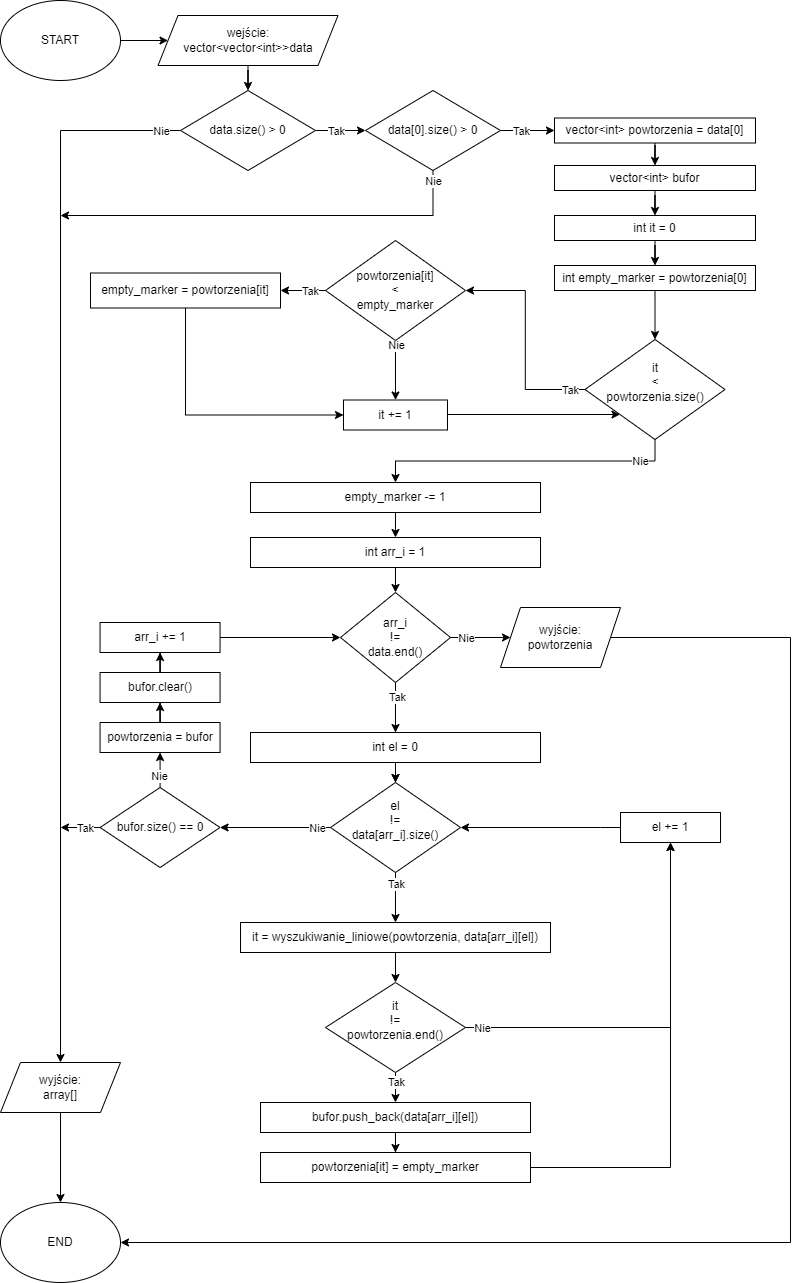
ReijiY/AiSD-Pro1 keeps this draw.io diagram as flowcharts/schemat 1.png. Above is the earlier version. Source tidied: cells renumbered, new cells last; positions are measured from the earlier drawing's top-left corner, leaving out a move shared by most shapes.
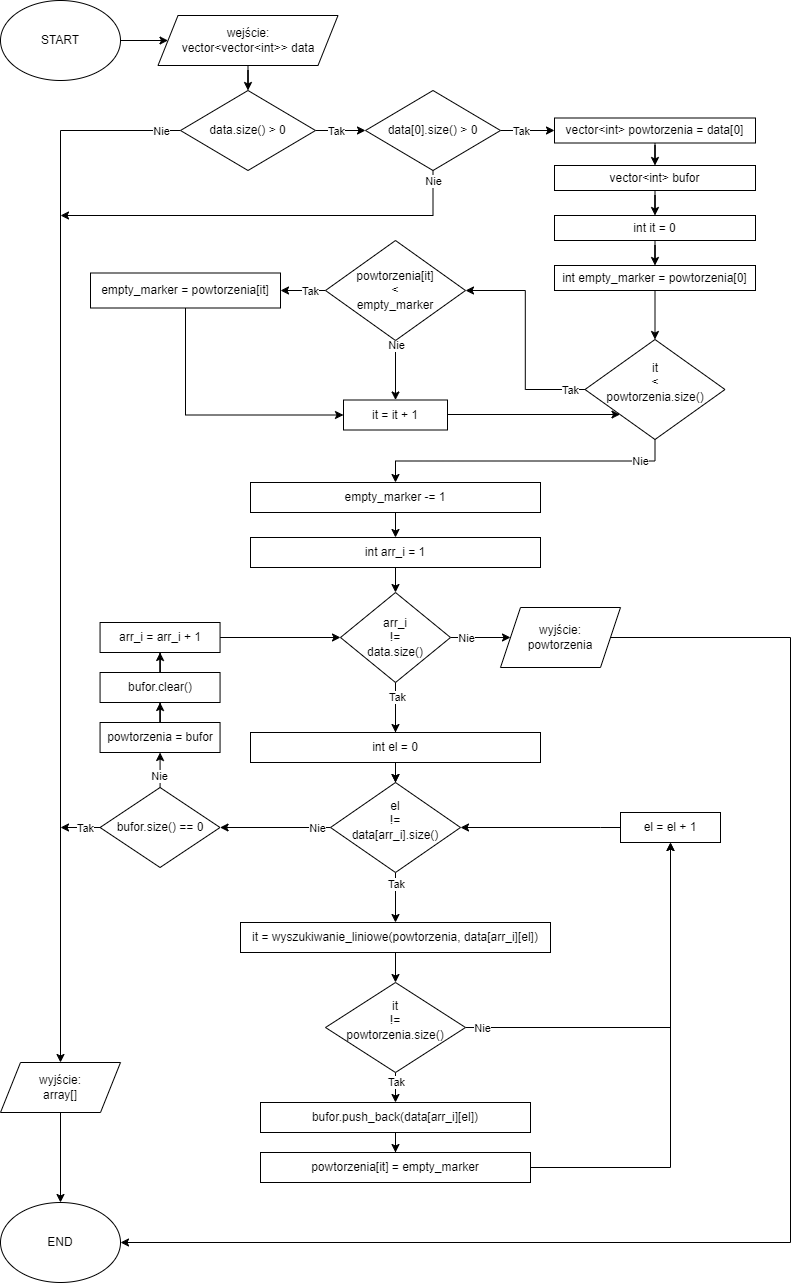
The same file after the commit.

The edit, as a diff of the source:
```diff
@@ -14,7 +14,7 @@
     <mxCell id="5" style="edgeStyle=orthogonalEdgeStyle;rounded=0;jettySize=auto;html=1;entryX=0.5;entryY=0;entryDx=0;entryDy=0;" parent="1" edge="1" source="6" target="74">
       <mxGeometry relative="1" as="geometry" />
     </mxCell>
-    <mxCell id="6" value="wejście:&lt;br&gt;vector&amp;lt;vector&amp;lt;int&amp;gt;&amp;gt;data" style="shape=parallelogram;perimeter=parallelogramPerimeter;whiteSpace=wrap;html=1;fixedSize=1;" parent="1" vertex="1">
+    <mxCell id="6" value="wejście:&lt;br&gt;vector&amp;lt;vector&amp;lt;int&amp;gt;&amp;gt; data" style="shape=parallelogram;perimeter=parallelogramPerimeter;whiteSpace=wrap;html=1;fixedSize=1;" parent="1" vertex="1">
       <mxGeometry x="157.5" y="15" width="180" height="50" as="geometry" />
     </mxCell>
     <mxCell id="7" style="edgeStyle=orthogonalEdgeStyle;rounded=0;jettySize=auto;html=1;entryX=0.5;entryY=0;entryDx=0;entryDy=0;exitX=0;exitY=0.5;exitDx=0;exitDy=0;" parent="1" edge="1" source="74" target="12">
@@ -96,13 +96,13 @@
         <mxPoint x="9" as="offset" />
       </mxGeometry>
     </mxCell>
-    <mxCell id="27" value="arr_i&lt;br&gt;!=&lt;br&gt;data.end()" style="rhombus;whiteSpace=wrap;html=1;" parent="1" vertex="1">
+    <mxCell id="27" value="arr_i&lt;br&gt;!=&lt;br&gt;data.size()" style="rhombus;whiteSpace=wrap;html=1;" parent="1" vertex="1">
       <mxGeometry x="340" y="592" width="110" height="90" as="geometry" />
     </mxCell>
     <mxCell id="28" style="edgeStyle=orthogonalEdgeStyle;rounded=0;jettySize=auto;html=1;entryX=0;entryY=0.5;entryDx=0;entryDy=0;" parent="1" edge="1" source="29" target="27">
       <mxGeometry relative="1" as="geometry" />
     </mxCell>
-    <mxCell id="29" value="arr_i += 1" style="rounded=0;whiteSpace=wrap;html=1;" parent="1" vertex="1">
+    <mxCell id="29" value="arr_i = arr_i + 1" style="rounded=0;whiteSpace=wrap;html=1;" parent="1" vertex="1">
       <mxGeometry x="99.6" y="622" width="120" height="30" as="geometry" />
     </mxCell>
     <mxCell id="30" style="edgeStyle=orthogonalEdgeStyle;rounded=0;jettySize=auto;html=1;" parent="1" edge="1" source="31" target="36">
@@ -138,7 +138,7 @@
         </Array>
       </mxGeometry>
     </mxCell>
-    <mxCell id="38" value="el += 1" style="rounded=0;whiteSpace=wrap;html=1;" parent="1" vertex="1">
+    <mxCell id="38" value="el = el + 1" style="rounded=0;whiteSpace=wrap;html=1;" parent="1" vertex="1">
       <mxGeometry x="620" y="812" width="100" height="30" as="geometry" />
     </mxCell>
     <mxCell id="39" style="edgeStyle=orthogonalEdgeStyle;rounded=0;jettySize=auto;html=1;entryX=0.5;entryY=0;entryDx=0;entryDy=0;" parent="1" edge="1" source="40" target="45">
@@ -161,7 +161,7 @@
         <mxPoint y="4" as="offset" />
       </mxGeometry>
     </mxCell>
-    <mxCell id="45" value="it&lt;br&gt;!=&lt;br&gt;powtorzenia.end()&lt;br&gt;&amp;nbsp; &amp;nbsp;&amp;nbsp;" style="rhombus;whiteSpace=wrap;html=1;" parent="1" vertex="1">
+    <mxCell id="45" value="it&lt;br&gt;!=&lt;br&gt;powtorzenia.size()&lt;br&gt;&amp;nbsp; &amp;nbsp;&amp;nbsp;" style="rhombus;whiteSpace=wrap;html=1;" parent="1" vertex="1">
       <mxGeometry x="325" y="982" width="140" height="90" as="geometry" />
     </mxCell>
     <mxCell id="46" style="edgeStyle=orthogonalEdgeStyle;rounded=0;jettySize=auto;html=1;entryX=0.5;entryY=0;entryDx=0;entryDy=0;" parent="1" edge="1" source="47" target="49">
@@ -300,7 +300,7 @@
         </Array>
       </mxGeometry>
     </mxCell>
-    <mxCell id="83" value="it += 1" style="rounded=0;whiteSpace=wrap;html=1;" parent="1" vertex="1">
+    <mxCell id="83" value="it = it + 1" style="rounded=0;whiteSpace=wrap;html=1;" parent="1" vertex="1">
       <mxGeometry x="343" y="399.5" width="104" height="30" as="geometry" />
     </mxCell>
   </root>
```
